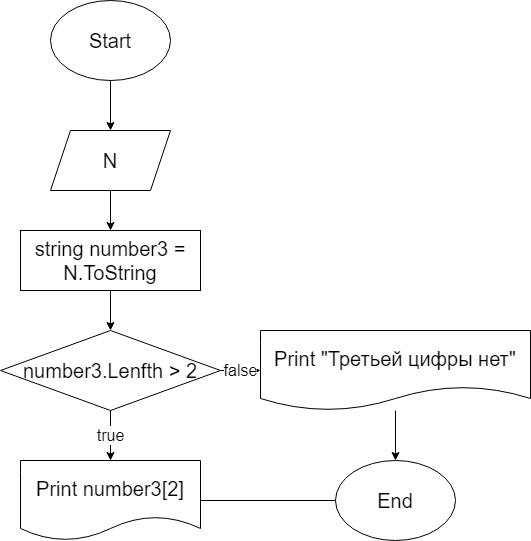
Earlier version of the draw.io export Seminar_2/Task6/diagram.drawio.png (158946732/HomeWorks). Source tidied: cells renumbered, new cells last; positions are measured from the earlier drawing's top-left corner, leaving out a move shared by most shapes.
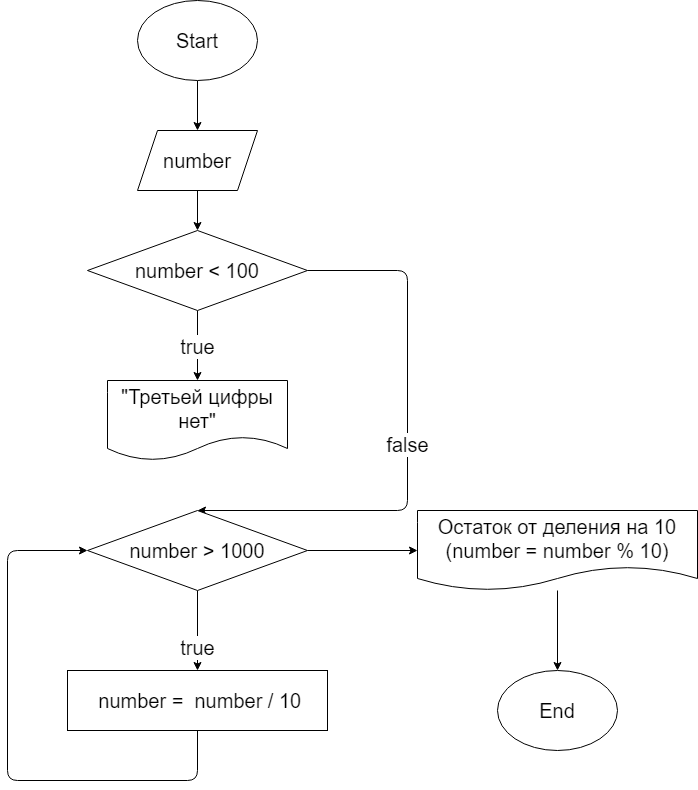
After the commit.

Commit message:
Скорректировано решение  задачи Task6

What changed in the source:
```diff
@@ -8,41 +8,58 @@
     <mxCell id="3" value="Start" style="ellipse;whiteSpace=wrap;html=1;fontSize=20;" parent="1" vertex="1">
       <mxGeometry x="50" width="120" height="80" as="geometry" />
     </mxCell>
-    <mxCell id="4" style="edgeStyle=none;html=1;entryX=0.5;entryY=0;entryDx=0;entryDy=0;fontSize=20;" parent="1" edge="1" source="5" target="7">
+    <mxCell id="4" style="edgeStyle=none;html=1;entryX=0.5;entryY=0;entryDx=0;entryDy=0;fontSize=20;" parent="1" edge="1" source="5" target="10">
       <mxGeometry relative="1" as="geometry" />
     </mxCell>
-    <mxCell id="5" value="N" style="shape=parallelogram;perimeter=parallelogramPerimeter;whiteSpace=wrap;html=1;fixedSize=1;fontSize=20;" parent="1" vertex="1">
+    <mxCell id="5" value="number" style="shape=parallelogram;perimeter=parallelogramPerimeter;whiteSpace=wrap;html=1;fixedSize=1;fontSize=20;" parent="1" vertex="1">
       <mxGeometry x="50" y="130" width="120" height="60" as="geometry" />
     </mxCell>
-    <mxCell id="6" style="edgeStyle=none;html=1;entryX=0.5;entryY=0;entryDx=0;entryDy=0;fontSize=20;" parent="1" edge="1" source="7" target="10">
-      <mxGeometry relative="1" as="geometry" />
-    </mxCell>
-    <mxCell id="7" value="string number3 = N.ToString" style="rounded=0;whiteSpace=wrap;html=1;fontSize=20;" parent="1" vertex="1">
-      <mxGeometry x="20" y="230" width="180" height="60" as="geometry" />
-    </mxCell>
+    <mxCell id="16" value="true" style="edgeStyle=none;html=1;entryX=0.5;entryY=0;entryDx=0;entryDy=0;fontSize=20;" parent="1" edge="1" source="10" target="11">
+      <mxGeometry relative="1" as="geometry" />
+    </mxCell>
-    <mxCell id="8" value="false" style="edgeStyle=none;html=1;entryX=0;entryY=0.5;entryDx=0;entryDy=0;fontSize=16;" parent="1" edge="1" source="10" target="14">
-      <mxGeometry relative="1" as="geometry" />
+    <mxCell id="8" value="false" style="edgeStyle=none;html=1;entryX=0.5;entryY=0;entryDx=0;entryDy=0;fontSize=20;exitX=1;exitY=0.5;exitDx=0;exitDy=0;" parent="1" edge="1" source="10" target="19">
+      <mxGeometry relative="1" as="geometry">
+        <Array as="points">
+          <mxPoint x="320" y="270" />
+          <mxPoint x="320" y="510" />
+        </Array>
+      </mxGeometry>
     </mxCell>
-    <mxCell id="9" value="true" style="edgeStyle=none;html=1;entryX=0.5;entryY=0;entryDx=0;entryDy=0;fontSize=16;" parent="1" edge="1" source="10" target="12">
-      <mxGeometry relative="1" as="geometry" />
-    </mxCell>
-    <mxCell id="10" value="number3.Lenfth &amp;gt; 2" style="rhombus;whiteSpace=wrap;html=1;fontSize=20;" parent="1" vertex="1">
-      <mxGeometry y="330" width="220" height="80" as="geometry" />
+    <mxCell id="10" value="number &amp;lt; 100" style="rhombus;whiteSpace=wrap;html=1;fontSize=20;" parent="1" vertex="1">
+      <mxGeometry y="230" width="220" height="80" as="geometry" />
     </mxCell>
-    <mxCell id="11" style="edgeStyle=none;html=1;entryX=0.125;entryY=0.5;entryDx=0;entryDy=0;entryPerimeter=0;fontSize=16;" parent="1" edge="1" source="12" target="15">
-      <mxGeometry relative="1" as="geometry" />
+    <mxCell id="11" value="&quot;Третьей цифры нет&quot;" style="shape=document;whiteSpace=wrap;html=1;boundedLbl=1;fontSize=20;" parent="1" vertex="1">
+      <mxGeometry x="20" y="380" width="180" height="80" as="geometry" />
     </mxCell>
-    <mxCell id="12" value="Print number3[2]" style="shape=document;whiteSpace=wrap;html=1;boundedLbl=1;fontSize=20;" parent="1" vertex="1">
-      <mxGeometry x="20" y="460" width="180" height="80" as="geometry" />
-    </mxCell>
-    <mxCell id="13" style="edgeStyle=none;html=1;entryX=0.5;entryY=0;entryDx=0;entryDy=0;fontSize=16;" parent="1" edge="1" source="14" target="15">
-      <mxGeometry relative="1" as="geometry" />
-    </mxCell>
-    <mxCell id="14" value="Print &quot;Третьей цифры нет&quot;" style="shape=document;whiteSpace=wrap;html=1;boundedLbl=1;fontSize=20;" parent="1" vertex="1">
-      <mxGeometry x="260" y="330" width="270" height="80" as="geometry" />
-    </mxCell>
+    <mxCell id="17" value="true" style="edgeStyle=none;html=1;fontSize=20;entryX=0.5;entryY=0;entryDx=0;entryDy=0;" parent="1" edge="1" source="19" target="21">
+      <mxGeometry x="0.43" relative="1" as="geometry" />
+    </mxCell>
+    <mxCell id="18" style="edgeStyle=none;html=1;entryX=0;entryY=0.5;entryDx=0;entryDy=0;fontSize=20;" parent="1" edge="1" source="19" target="23">
+      <mxGeometry relative="1" as="geometry" />
+    </mxCell>
+    <mxCell id="19" value="number &amp;gt; 1000" style="rhombus;whiteSpace=wrap;html=1;fontSize=20;" parent="1" vertex="1">
+      <mxGeometry y="510" width="220" height="80" as="geometry" />
+    </mxCell>
+    <mxCell id="20" style="edgeStyle=none;html=1;entryX=0;entryY=0.5;entryDx=0;entryDy=0;fontSize=20;exitX=0.5;exitY=1;exitDx=0;exitDy=0;" parent="1" edge="1" source="21" target="19">
+      <mxGeometry relative="1" as="geometry">
+        <Array as="points">
+          <mxPoint x="110" y="780" />
+          <mxPoint x="-80" y="780" />
+          <mxPoint x="-80" y="550" />
+        </Array>
+      </mxGeometry>
+    </mxCell>
+    <mxCell id="21" value="&amp;nbsp;number =&amp;nbsp;&amp;nbsp;number / 10" style="rounded=0;whiteSpace=wrap;html=1;fontSize=20;" parent="1" vertex="1">
+      <mxGeometry x="-20" y="670" width="260" height="60" as="geometry" />
+    </mxCell>
+    <mxCell id="22" style="edgeStyle=none;html=1;entryX=0.5;entryY=0;entryDx=0;entryDy=0;fontSize=20;" parent="1" edge="1" source="23" target="15">
+      <mxGeometry relative="1" as="geometry" />
+    </mxCell>
+    <mxCell id="23" value="Остаток от деления на 10 (number = number % 10)" style="shape=document;whiteSpace=wrap;html=1;boundedLbl=1;fontSize=20;" parent="1" vertex="1">
+      <mxGeometry x="330" y="510" width="280" height="80" as="geometry" />
+    </mxCell>
     <mxCell id="15" value="End" style="ellipse;whiteSpace=wrap;html=1;fontSize=20;" parent="1" vertex="1">
-      <mxGeometry x="335" y="460" width="120" height="80" as="geometry" />
+      <mxGeometry x="410" y="670" width="120" height="80" as="geometry" />
     </mxCell>
   </root>
 </mxGraphModel>
```
